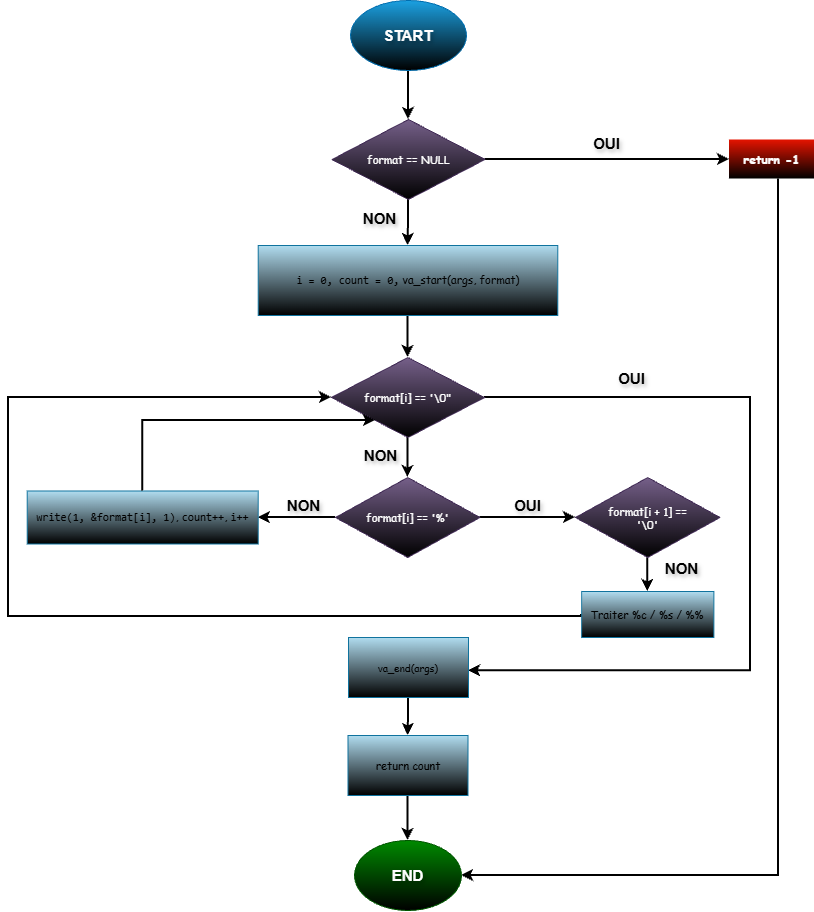
AdPatresSs/holbertonschool-printf keeps this draw.io diagram as 1st_Flowcharts.drawio.png. Above is the earlier version. Source tidied: cells renumbered, new cells last; positions are measured from the earlier drawing's top-left corner, leaving out a move shared by most shapes.
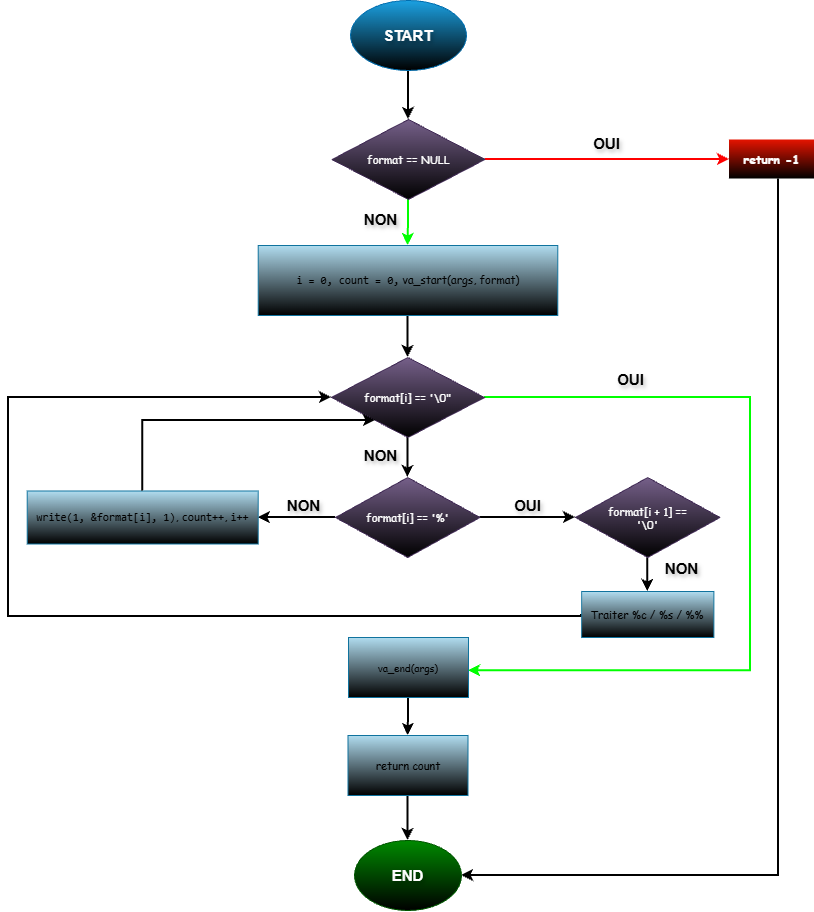
The same file after the commit.

Commit message:
Mettre à jour 1st_Flowcharts.drawio.png

Change to the diagram source:
```diff
@@ -8,15 +8,15 @@
     <mxCell id="3" value="START" style="ellipse;whiteSpace=wrap;html=1;shapeInside=1;labelBorderColor=none;textShadow=1;fontStyle=1;fontSize=15;fillColor=#1ba1e2;fontColor=#ffffff;strokeColor=#006EAF;gradientColor=default;" parent="1" vertex="1">
       <mxGeometry x="342" width="116" height="70" as="geometry" />
     </mxCell>
-    <mxCell id="4" style="edgeStyle=orthogonalEdgeStyle;rounded=0;jettySize=auto;html=1;defaultLabelBackgroundColor=page;labelPadding=0 4;verticalAlign=top;fontSize=15;strokeWidth=2;strokeColor=#000000;fontColor=#FFFFFF;" parent="1" edge="1" source="8" target="10">
+    <mxCell id="4" style="edgeStyle=orthogonalEdgeStyle;rounded=0;jettySize=auto;html=1;defaultLabelBackgroundColor=page;labelPadding=0 4;verticalAlign=top;fontSize=15;strokeWidth=2;strokeColor=#FF0000;fontColor=#FFFFFF;" parent="1" edge="1" source="8" target="10">
       <mxGeometry relative="1" as="geometry" />
     </mxCell>
-    <mxCell id="5" value="OUI" style="edgeLabel;html=1;align=center;verticalAlign=bottom;inheritText=fontFamily,textOpacity,labelBorderColor,labelBorderWidth,labelBackgroundColor,defaultLabelBackgroundColor,labelPadding;defaultLabelBackgroundColor=page;labelPadding=0 4;fontColor=light-dark(#000000,#FF0000);textShadow=1;fontStyle=1;fontSize=15;" parent="4" vertex="1">
+    <mxCell id="5" value="OUI" style="edgeLabel;html=1;align=center;verticalAlign=bottom;inheritText=fontFamily,textOpacity,labelBorderColor,labelBorderWidth,labelBackgroundColor,defaultLabelBackgroundColor,labelPadding;defaultLabelBackgroundColor=page;labelPadding=0 4;fontColor=light-dark(#000000,#FF0000);textShadow=1;fontStyle=1;fontSize=15;labelAutoRotate=1;" parent="4" vertex="1">
       <mxGeometry x="0.12" y="1" relative="1" as="geometry">
         <mxPoint x="-16" y="-4" as="offset" />
       </mxGeometry>
     </mxCell>
-    <mxCell id="6" style="edgeStyle=orthogonalEdgeStyle;rounded=0;jettySize=auto;html=1;defaultLabelBackgroundColor=page;labelPadding=0 4;verticalAlign=middle;align=right;fontSize=15;strokeWidth=2;strokeColor=light-dark(#000000,#FFF1ED);" parent="1" edge="1" source="8" target="13">
+    <mxCell id="6" style="edgeStyle=orthogonalEdgeStyle;rounded=0;jettySize=auto;html=1;defaultLabelBackgroundColor=page;labelPadding=0 4;verticalAlign=middle;align=right;fontSize=15;strokeWidth=2;strokeColor=#00FF00;" parent="1" edge="1" source="8" target="13">
       <mxGeometry relative="1" as="geometry" />
     </mxCell>
     <mxCell id="7" value="NON" style="edgeLabel;html=1;align=center;verticalAlign=middle;inheritText=fontFamily,textOpacity,labelBorderColor,labelBorderWidth,labelBackgroundColor,defaultLabelBackgroundColor,labelPadding;defaultLabelBackgroundColor=page;labelPadding=0 4;fontSize=15;fontColor=light-dark(#000000,#00FF00);textShadow=1;fontStyle=1;" parent="6" vertex="1">
@@ -46,16 +46,16 @@
     <mxCell id="13" value="&lt;font&gt;&lt;code&gt;i = 0, count = 0,&lt;/code&gt;&amp;nbsp;&lt;/font&gt;&lt;span style=&quot;background-color: transparent; color: light-dark(#000000, var(--ge-light-color, #ffffff));&quot;&gt;va_start(args, format)&lt;/span&gt;" style="whiteSpace=wrap;html=1;fontSize=11;fontFamily=Comic Sans MS;fillColor=light-dark(#B1DDF0,#1D184D);strokeColor=#10739e;gradientColor=light-dark(#000000,#66FFFF);" parent="1" vertex="1">
       <mxGeometry x="249.7" y="245" width="299.6" height="70" as="geometry" />
     </mxCell>
-    <mxCell id="14" style="edgeStyle=orthogonalEdgeStyle;rounded=0;jettySize=auto;html=1;defaultLabelBackgroundColor=page;labelPadding=0 4;strokeWidth=2;strokeColor=light-dark(#000000,#FFF1ED);" parent="1" edge="1" source="16" target="29">
+    <mxCell id="14" style="edgeStyle=orthogonalEdgeStyle;rounded=0;jettySize=auto;html=1;defaultLabelBackgroundColor=page;labelPadding=0 4;strokeWidth=2;strokeColor=light-dark(#000000,#FF691E);" parent="1" edge="1" source="16" target="29">
       <mxGeometry relative="1" as="geometry" />
     </mxCell>
-    <mxCell id="15" style="edgeStyle=orthogonalEdgeStyle;rounded=0;jettySize=auto;html=1;defaultLabelBackgroundColor=page;labelPadding=0 4;strokeWidth=2;strokeColor=light-dark(#000000,#FFF1ED);" parent="1" edge="1" source="16" target="32">
+    <mxCell id="15" style="edgeStyle=orthogonalEdgeStyle;rounded=0;jettySize=auto;html=1;defaultLabelBackgroundColor=page;labelPadding=0 4;strokeWidth=2;strokeColor=light-dark(#000000,#14BA1A);" parent="1" edge="1" source="16" target="32">
       <mxGeometry relative="1" as="geometry" />
     </mxCell>
     <mxCell id="16" value="format[i] == '%'" style="rhombus;whiteSpace=wrap;html=1;shapeInside=1;fontSize=11;fontFamily=Comic Sans MS;fillColor=light-dark(#76608A,#9D4DED);strokeColor=#432D57;fontColor=#ffffff;gradientColor=default;" parent="1" vertex="1">
       <mxGeometry x="327" y="477" width="144.5" height="80" as="geometry" />
     </mxCell>
-    <mxCell id="17" style="edgeStyle=orthogonalEdgeStyle;rounded=0;jettySize=auto;html=1;defaultLabelBackgroundColor=page;labelPadding=0 4;fontSize=15;strokeWidth=2;strokeColor=light-dark(#000000,#FFF3EF);" parent="1" edge="1" source="24" target="16">
+    <mxCell id="17" style="edgeStyle=orthogonalEdgeStyle;rounded=0;jettySize=auto;html=1;defaultLabelBackgroundColor=page;labelPadding=0 4;fontSize=15;strokeWidth=2;strokeColor=light-dark(#000000,#FF5416);" parent="1" edge="1" source="24" target="16">
       <mxGeometry relative="1" as="geometry" />
     </mxCell>
     <mxCell id="18" value="NON" style="edgeLabel;html=1;align=center;verticalAlign=middle;inheritText=fontFamily,fontSize,textOpacity,labelBorderColor,labelBorderWidth,labelBackgroundColor,defaultLabelBackgroundColor,labelPadding;fontSize=15;defaultLabelBackgroundColor=page;labelPadding=0 4;textShadow=1;fontColor=light-dark(#000000,#FF3333);fontStyle=1;" parent="17" vertex="1">
@@ -73,7 +73,7 @@
         <mxPoint x="275" y="114" as="offset" />
       </mxGeometry>
     </mxCell>
-    <mxCell id="21" style="edgeStyle=orthogonalEdgeStyle;rounded=0;jettySize=auto;html=1;defaultLabelBackgroundColor=page;labelPadding=0 4;fontSize=15;exitX=1;exitY=0.5;exitDx=0;exitDy=0;strokeWidth=2;strokeColor=light-dark(#000000,#FFF1ED);" parent="1" edge="1" source="24" target="26">
+    <mxCell id="21" style="edgeStyle=orthogonalEdgeStyle;rounded=0;jettySize=auto;html=1;defaultLabelBackgroundColor=page;labelPadding=0 4;fontSize=15;exitX=1;exitY=0.5;exitDx=0;exitDy=0;strokeWidth=2;strokeColor=light-dark(#00FF00,#08750F);" parent="1" edge="1" source="24" target="26">
       <mxGeometry x="-0.25" relative="1" as="geometry">
         <Array as="points">
           <mxPoint x="742" y="397" />
@@ -116,7 +116,7 @@
         </Array>
       </mxGeometry>
     </mxCell>
-    <mxCell id="31" style="edgeStyle=orthogonalEdgeStyle;rounded=0;jettySize=auto;html=1;defaultLabelBackgroundColor=page;labelPadding=0 4;strokeWidth=2;strokeColor=light-dark(#000000,#FFF1ED);" parent="1" edge="1" source="32" target="34">
+    <mxCell id="31" style="edgeStyle=orthogonalEdgeStyle;rounded=0;jettySize=auto;html=1;defaultLabelBackgroundColor=page;labelPadding=0 4;strokeWidth=2;strokeColor=light-dark(#000000,#FF6519);" parent="1" edge="1" source="32" target="34">
       <mxGeometry relative="1" as="geometry" />
     </mxCell>
     <mxCell id="32" value="format[i + 1] == '\0'" style="rhombus;whiteSpace=wrap;html=1;shapeInside=1;fontSize=11;fontFamily=Comic Sans MS;fillColor=light-dark(#76608A,#9D4DED);strokeColor=#432D57;fontColor=#ffffff;gradientColor=default;" parent="1" vertex="1">
```
